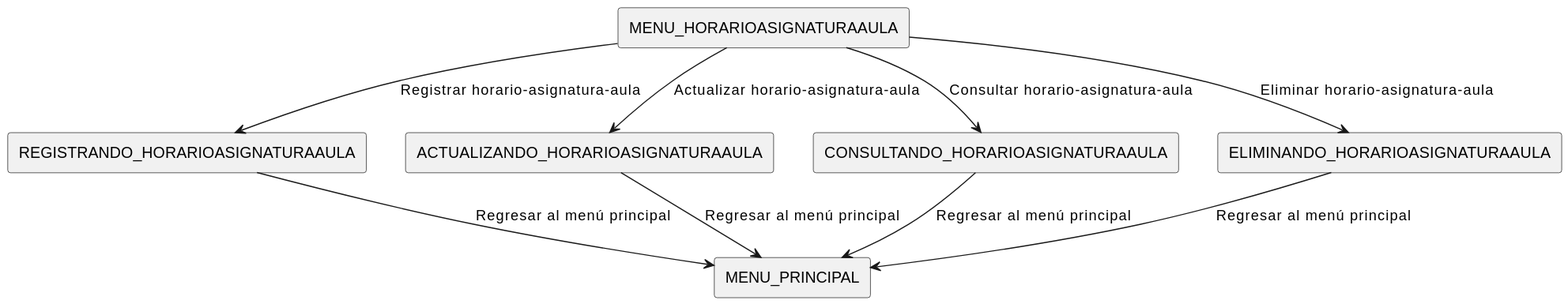
The PlantUML diagram casosDeUso/diagramaDeContexto/imagenes/DiagramaHorarioAsignaturaAula.svg in mmasias/24-25-IdSw1-SDR, before a commit. Source of this version:
```plantuml
@startuml
!define RECTANGLE(x) rectangle x

RECTANGLE(MENU_HORARIOASIGNATURAAULA)
RECTANGLE(REGISTRANDO_HORARIOASIGNATURAAULA)
RECTANGLE(ACTUALIZANDO_HORARIOASIGNATURAAULA)
RECTANGLE(CONSULTANDO_HORARIOASIGNATURAAULA)
RECTANGLE(ELIMINANDO_HORARIOASIGNATURAAULA)
RECTANGLE(MENU_PRINCIPAL)

MENU_HORARIOASIGNATURAAULA --> REGISTRANDO_HORARIOASIGNATURAAULA : Registrar horario-asignatura-aula
REGISTRANDO_HORARIOASIGNATURAAULA --> MENU_PRINCIPAL : Regresar al menú principal

MENU_HORARIOASIGNATURAAULA --> ACTUALIZANDO_HORARIOASIGNATURAAULA : Actualizar horario-asignatura-aula
ACTUALIZANDO_HORARIOASIGNATURAAULA --> MENU_PRINCIPAL : Regresar al menú principal

MENU_HORARIOASIGNATURAAULA --> CONSULTANDO_HORARIOASIGNATURAAULA : Consultar horario-asignatura-aula
CONSULTANDO_HORARIOASIGNATURAAULA --> MENU_PRINCIPAL : Regresar al menú principal

MENU_HORARIOASIGNATURAAULA --> ELIMINANDO_HORARIOASIGNATURAAULA : Eliminar horario-asignatura-aula
ELIMINANDO_HORARIOASIGNATURAAULA --> MENU_PRINCIPAL : Regresar al menú principal
@enduml
```
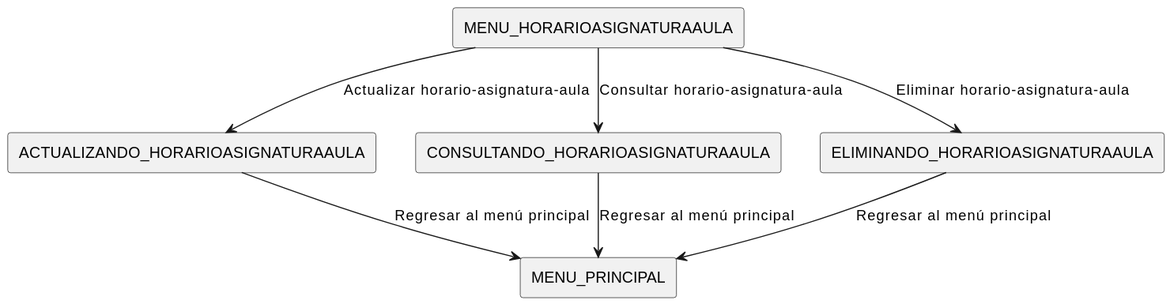
The same diagram one commit later.

Diff of the diagram source:
```diff
@@ -2,14 +2,10 @@
 !define RECTANGLE(x) rectangle x
 
 RECTANGLE(MENU_HORARIOASIGNATURAAULA)
-RECTANGLE(REGISTRANDO_HORARIOASIGNATURAAULA)
 RECTANGLE(ACTUALIZANDO_HORARIOASIGNATURAAULA)
 RECTANGLE(CONSULTANDO_HORARIOASIGNATURAAULA)
 RECTANGLE(ELIMINANDO_HORARIOASIGNATURAAULA)
 RECTANGLE(MENU_PRINCIPAL)
-
-MENU_HORARIOASIGNATURAAULA --> REGISTRANDO_HORARIOASIGNATURAAULA : Registrar horario-asignatura-aula
-REGISTRANDO_HORARIOASIGNATURAAULA --> MENU_PRINCIPAL : Regresar al menú principal
 
 MENU_HORARIOASIGNATURAAULA --> ACTUALIZANDO_HORARIOASIGNATURAAULA : Actualizar horario-asignatura-aula
 ACTUALIZANDO_HORARIOASIGNATURAAULA --> MENU_PRINCIPAL : Regresar al menú principal
```
